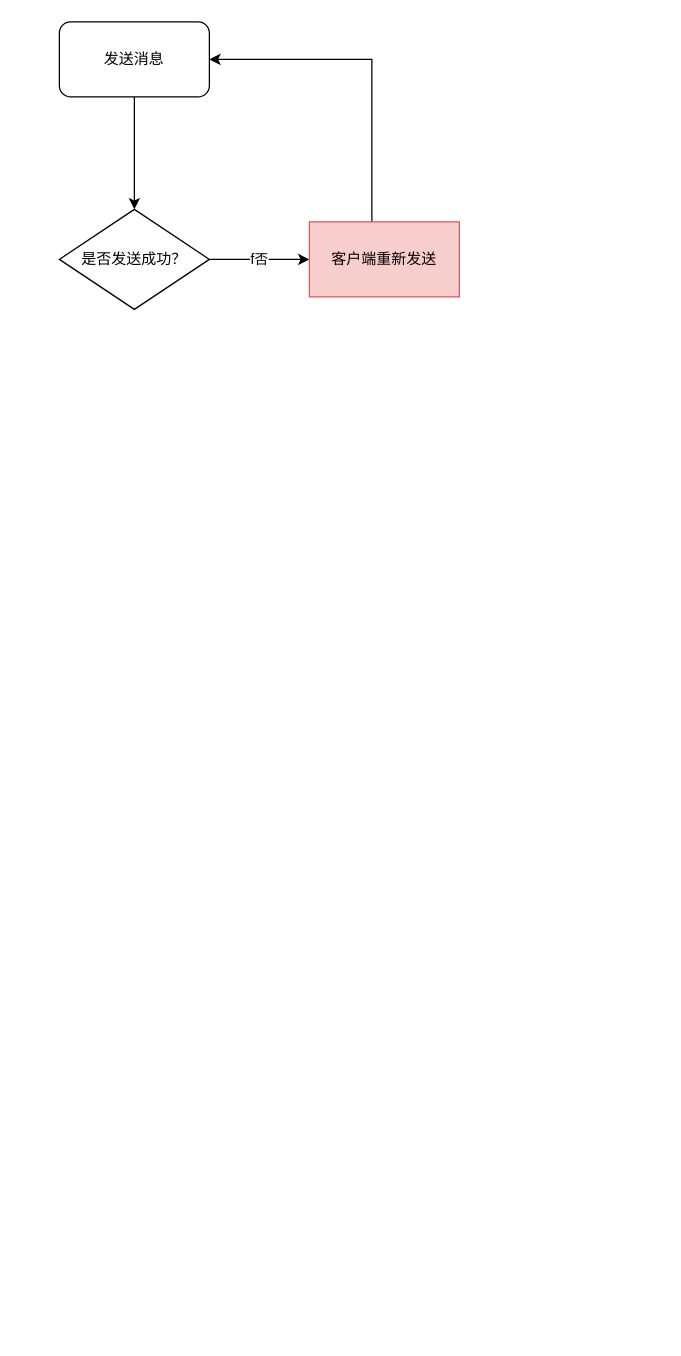
dovezat/drawio keeps this draw.io diagram as IM原始流程.drawio. Above is the earlier version. Source tidied: cells renumbered, new cells numbered last; positions are measured from the earlier drawing's top-left corner, leaving out a move shared by most shapes. Both pictures are drawn from the tidied source at 125%, with x=0, y=0 at pixel (59, 21).
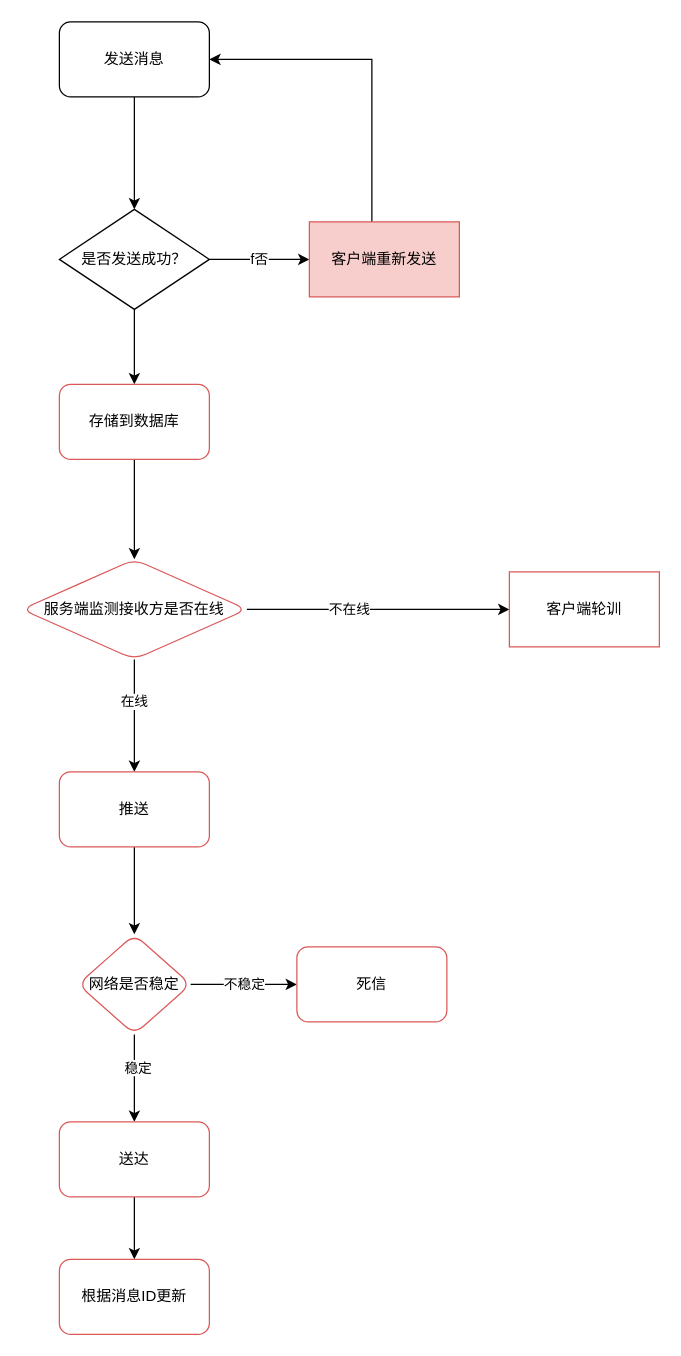
The same diagram, later.

Unchanged cells that the change refers to:
```xml
<mxCell id="5" value="是否发送成功？" style="rhombus;whiteSpace=wrap;html=1;" parent="1" vertex="1">
  <mxGeometry y="150" width="120" height="80" as="geometry" />
</mxCell>
```

The edit, as a diff of the source:
```diff
@@
+    <mxCell id="8" style="edgeStyle=orthogonalEdgeStyle;rounded=0;jettySize=auto;html=1;entryX=0.5;entryY=0;entryDx=0;entryDy=0;" parent="1" edge="1" source="5" target="10">
+      <mxGeometry relative="1" as="geometry" />
+    </mxCell>
@@
+    <mxCell id="9" style="edgeStyle=orthogonalEdgeStyle;rounded=0;jettySize=auto;html=1;" parent="1" edge="1" source="10" target="15">
+      <mxGeometry relative="1" as="geometry" />
+    </mxCell>
+    <mxCell id="10" value="存储到数据库" style="rounded=1;whiteSpace=wrap;html=1;strokeColor=#DB5858;" parent="1" vertex="1">
+      <mxGeometry y="290" width="120" height="60" as="geometry" />
+    </mxCell>
+    <mxCell id="11" style="edgeStyle=orthogonalEdgeStyle;rounded=0;jettySize=auto;html=1;" parent="1" edge="1" source="15" target="17">
+      <mxGeometry relative="1" as="geometry" />
+    </mxCell>
+    <mxCell id="12" value="在线" style="edgeLabel;html=1;align=center;verticalAlign=middle;" parent="11" vertex="1">
+      <mxGeometry x="-0.27" y="-1" relative="1" as="geometry" />
+    </mxCell>
+    <mxCell id="13" style="edgeStyle=orthogonalEdgeStyle;rounded=0;jettySize=auto;html=1;" parent="1" edge="1" source="15" target="25">
+      <mxGeometry relative="1" as="geometry" />
+    </mxCell>
+    <mxCell id="14" value="不在线" style="edgeLabel;html=1;align=center;verticalAlign=middle;" parent="13" vertex="1">
+      <mxGeometry x="-0.23" y="1" relative="1" as="geometry" />
+    </mxCell>
+    <mxCell id="15" value="服务端监测接收方是否在线" style="rhombus;whiteSpace=wrap;html=1;rounded=1;strokeColor=#DB5858;" parent="1" vertex="1">
+      <mxGeometry x="-30" y="430" width="180" height="80" as="geometry" />
+    </mxCell>
+    <mxCell id="16" style="edgeStyle=orthogonalEdgeStyle;rounded=0;jettySize=auto;html=1;" parent="1" edge="1" source="17" target="21">
+      <mxGeometry relative="1" as="geometry" />
+    </mxCell>
+    <mxCell id="17" value="推送" style="whiteSpace=wrap;html=1;rounded=1;strokeColor=#DB5858;" parent="1" vertex="1">
+      <mxGeometry y="600" width="120" height="60" as="geometry" />
+    </mxCell>
+    <mxCell id="18" style="edgeStyle=orthogonalEdgeStyle;rounded=0;jettySize=auto;html=1;" parent="1" edge="1" source="21" target="23">
+      <mxGeometry relative="1" as="geometry" />
+    </mxCell>
+    <mxCell id="19" value="稳定" style="edgeLabel;html=1;align=center;verticalAlign=middle;" parent="18" vertex="1">
+      <mxGeometry x="-0.27" y="2" relative="1" as="geometry" />
+    </mxCell>
+    <mxCell id="20" value="不稳定" style="edgeStyle=orthogonalEdgeStyle;rounded=0;jettySize=auto;html=1;" parent="1" edge="1" source="21" target="24">
+      <mxGeometry relative="1" as="geometry" />
+    </mxCell>
+    <mxCell id="21" value="网络是否稳定" style="rhombus;whiteSpace=wrap;html=1;rounded=1;strokeColor=#DB5858;" parent="1" vertex="1">
+      <mxGeometry x="15" y="730" width="90" height="80" as="geometry" />
+    </mxCell>
+    <mxCell id="22" style="edgeStyle=orthogonalEdgeStyle;rounded=0;jettySize=auto;html=1;" parent="1" edge="1" source="23">
+      <mxGeometry relative="1" as="geometry">
+        <mxPoint x="60" y="990" as="targetPoint" />
+      </mxGeometry>
+    </mxCell>
+    <mxCell id="23" value="送达" style="whiteSpace=wrap;html=1;rounded=1;strokeColor=#DB5858;" parent="1" vertex="1">
+      <mxGeometry y="880" width="120" height="60" as="geometry" />
+    </mxCell>
+    <mxCell id="24" value="死信" style="whiteSpace=wrap;html=1;rounded=1;strokeColor=#DB5858;" parent="1" vertex="1">
+      <mxGeometry x="190" y="740" width="120" height="60" as="geometry" />
+    </mxCell>
+    <mxCell id="25" value="客户端轮训" style="rounded=0;whiteSpace=wrap;html=1;strokeColor=#DB5858;" parent="1" vertex="1">
+      <mxGeometry x="360" y="440" width="120" height="60" as="geometry" />
+    </mxCell>
+    <mxCell id="26" value="根据消息ID更新" style="whiteSpace=wrap;html=1;rounded=1;strokeColor=#DB5858;" parent="1" vertex="1">
+      <mxGeometry y="990" width="120" height="60" as="geometry" />
+    </mxCell>
```
